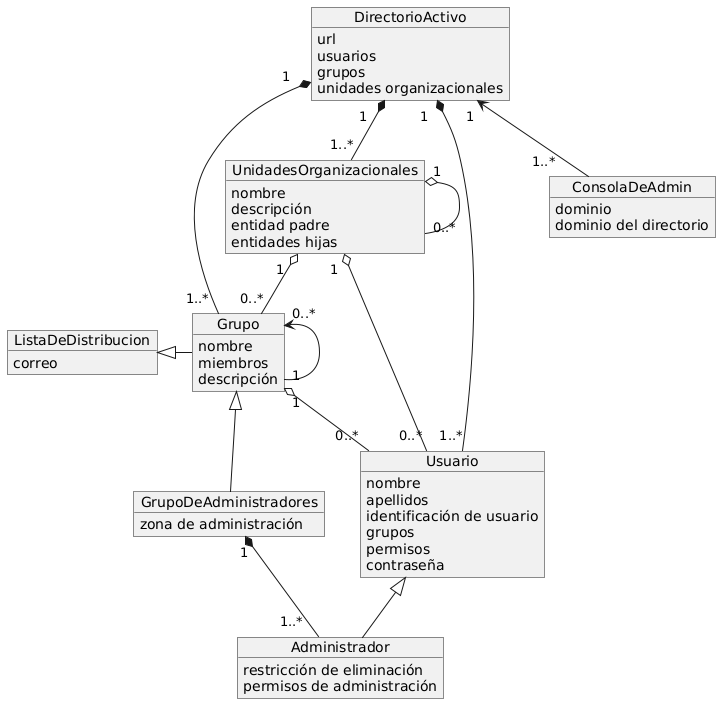
This is latex/images/puml/domain-diagram/domain diagram.png from Carlos-err406/thesis, a PlantUML export, as it was before one commit. Its diagram source:
```plantuml
@startuml
object DirectorioActivo {
    url
    usuarios
    grupos
    unidades organizacionales
}

object Usuario {
    nombre
    apellidos
    identificación de usuario
    grupos
    permisos
    contraseña

}

object Grupo {
    nombre
    miembros
    descripción
}

object ListaDeDistribucion {
    correo
}

object ConsolaDeAdmin {
    dominio
    dominio del directorio
}

object Administrador {
    restricción de eliminación
    permisos de administración
}

object GrupoDeAdministradores {
    zona de administración
}

object UnidadesOrganizacionales {
    nombre
    descripción
    entidad padre
    entidades hijas
}


DirectorioActivo "1   " <-- "1..*     " ConsolaDeAdmin
DirectorioActivo "1   " *--- "1..* " Grupo
DirectorioActivo "1   " *-- "1..*" Usuario
DirectorioActivo "1   " *- "1..*" UnidadesOrganizacionales


ListaDeDistribucion <|- Grupo
Grupo"0..*" <- "1" Grupo
Grupo <|-- GrupoDeAdministradores
GrupoDeAdministradores "1" *-- "1..*  "Administrador
Usuario <|-- Administrador
Grupo "1" o-- "0..*" Usuario

UnidadesOrganizacionales "1  " o-- "0..*"Usuario
UnidadesOrganizacionales "1  " o-- "0..*"Grupo
UnidadesOrganizacionales "1  " o-- "0..*"UnidadesOrganizacionales
@enduml
```
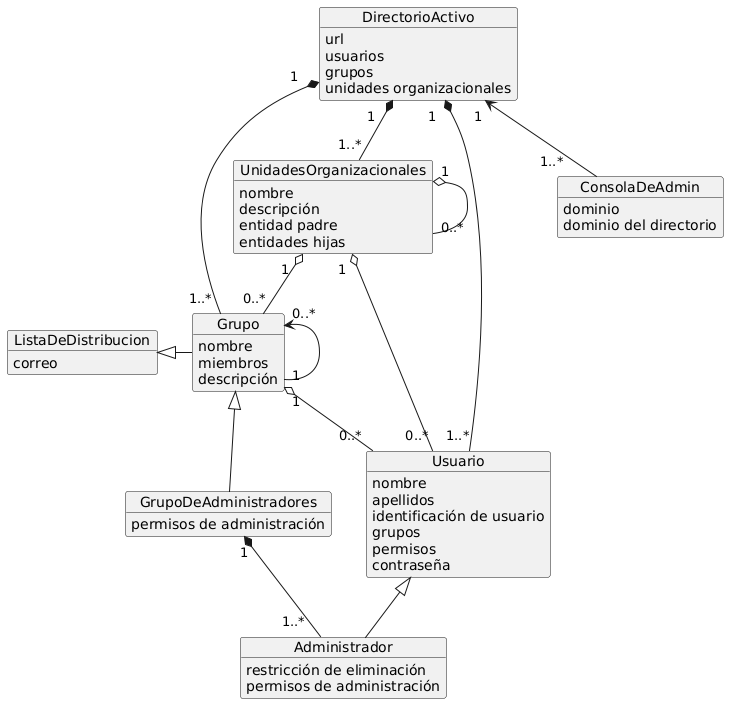
After the change.

Change to the diagram source:
```diff
@@ -37,7 +37,7 @@
 }
 
 object GrupoDeAdministradores {
-    zona de administración
+    permisos de administración
 }
 
 object UnidadesOrganizacionales {
```
